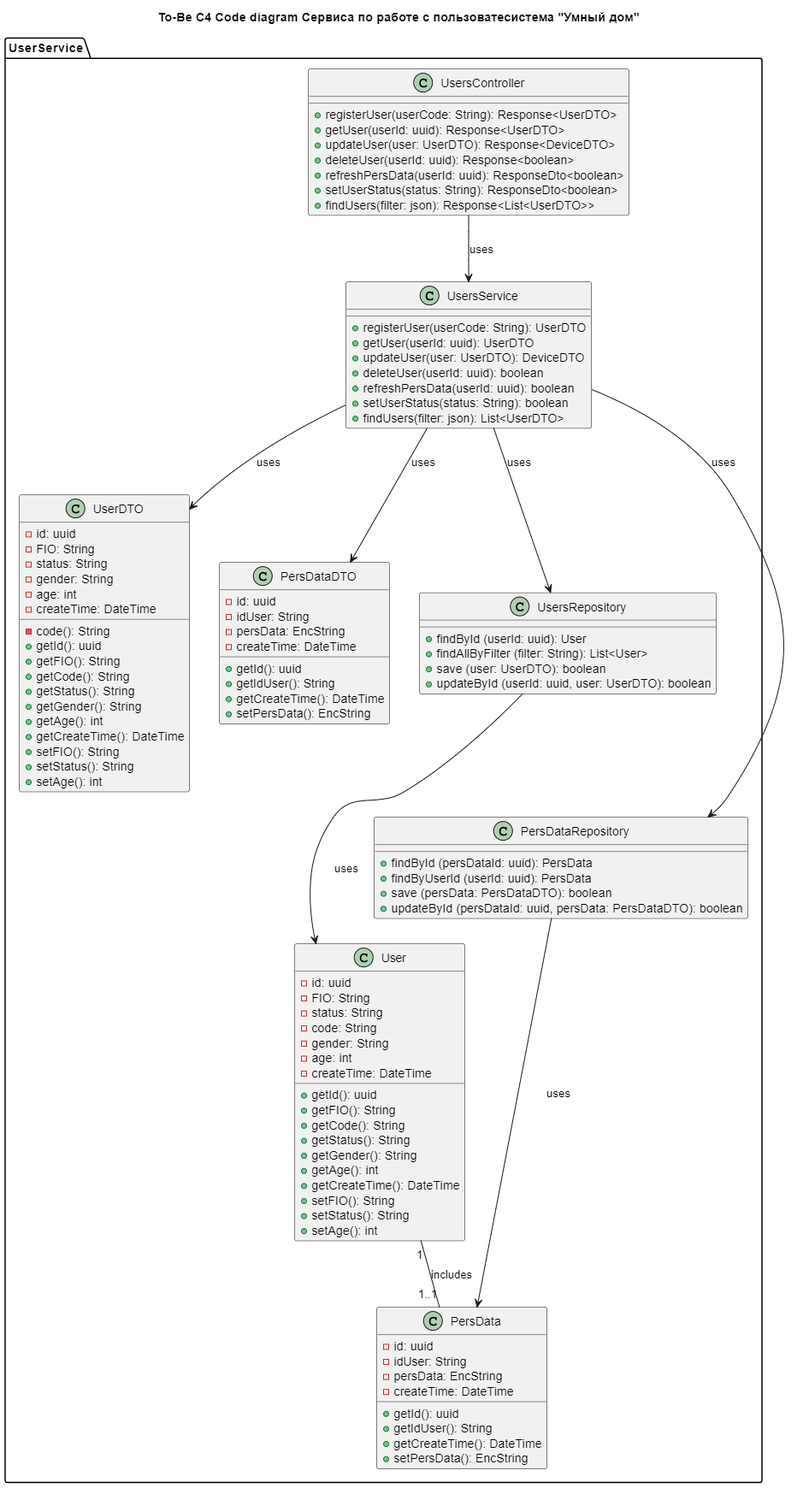
Above: diagrams/code/ex2_part3_code.png in va-kolle-jet/architecture-sprint-3 (PlantUML), before the change. Its source is kept beside it as diagrams/code/ex2_part3_code.puml. Its diagram source:
```plantuml
@startuml C4_Code_Smart_House_ex2

title To-Be С4 Code diagram Сервиса по работе с пользовательскими данными системы "Умный дом"

package "UserService" {
  class User {
    - id: uuid
    - FIO: String
    - status: String
    - code: String
    - gender: String
    - age: int
    - createTime: DateTime
    + getId(): uuid
    + getFIO(): String
    + getCode(): String
    + getStatus(): String
    + getGender(): String
    + getAge(): int
    + getCreateTime(): DateTime
    + setFIO(): String
    + setStatus(): String
    + setAge(): int
  }

  class UserDTO {
    - id: uuid
    - FIO: String
    - code(): String
    - status: String
    - gender: String
    - age: int
    - createTime: DateTime
    + getId(): uuid
    + getFIO(): String
    + getCode(): String
    + getStatus(): String
    + getGender(): String
    + getAge(): int
    + getCreateTime(): DateTime
    + setFIO(): String
    + setStatus(): String
    + setAge(): int
  }

  class PersData {
    - id: uuid
    - idUser: String
    - persData: EncString
    - createTime: DateTime
    + getId(): uuid
    + getIdUser(): String
    + getCreateTime(): DateTime
    + setPersData(): EncString
  }

  class PersDataDTO {
    - id: uuid
    - idUser: String
    - persData: EncString
    - createTime: DateTime
    + getId(): uuid
    + getIdUser(): String
    + getCreateTime(): DateTime
    + setPersData(): EncString
  }

  class UsersController {
    + registerUser(userCode: String): Response<UserDTO>
    + getUser(userId: uuid): Response<UserDTO>
    + updateUser(user: UserDTO): Response<DeviceDTO>
    + deleteUser(userId: uuid): Response<boolean>
    + refreshPersData(userId: uuid): ResponseDto<boolean>
    + setUserStatus(status: String): ResponseDto<boolean>
    + findUsers(filter: json): Response<List<UserDTO>>
  }

  class UsersService {
    + registerUser(userCode: String): UserDTO
    + getUser(userId: uuid): UserDTO
    + updateUser(user: UserDTO): DeviceDTO
    + deleteUser(userId: uuid): boolean
    + refreshPersData(userId: uuid): boolean
    + setUserStatus(status: String): boolean
    + findUsers(filter: json): List<UserDTO>
  }

  class UsersRepository {
    + findById (userId: uuid): User
    + findAllByFilter (filter: String): List<User>
    + save (user: UserDTO): boolean
    + updateById (userId: uuid, user: UserDTO): boolean
  }

  class PersDataRepository {
    + findById (persDataId: uuid): PersData
    + findByUserId (userId: uuid): PersData
    + save (persData: PersDataDTO): boolean
    + updateById (persDataId: uuid, persData: PersDataDTO): boolean
  }

  User "1" -- "1..1" PersData : includes
  PersDataRepository --> PersData : uses
  UsersRepository --> User : uses
  UsersService --> UsersRepository : uses
  UsersService --> PersDataRepository : uses
  UsersService --> PersDataDTO : uses
  UsersService --> UserDTO : uses
  UsersController --> UsersService : uses
}


@enduml
```
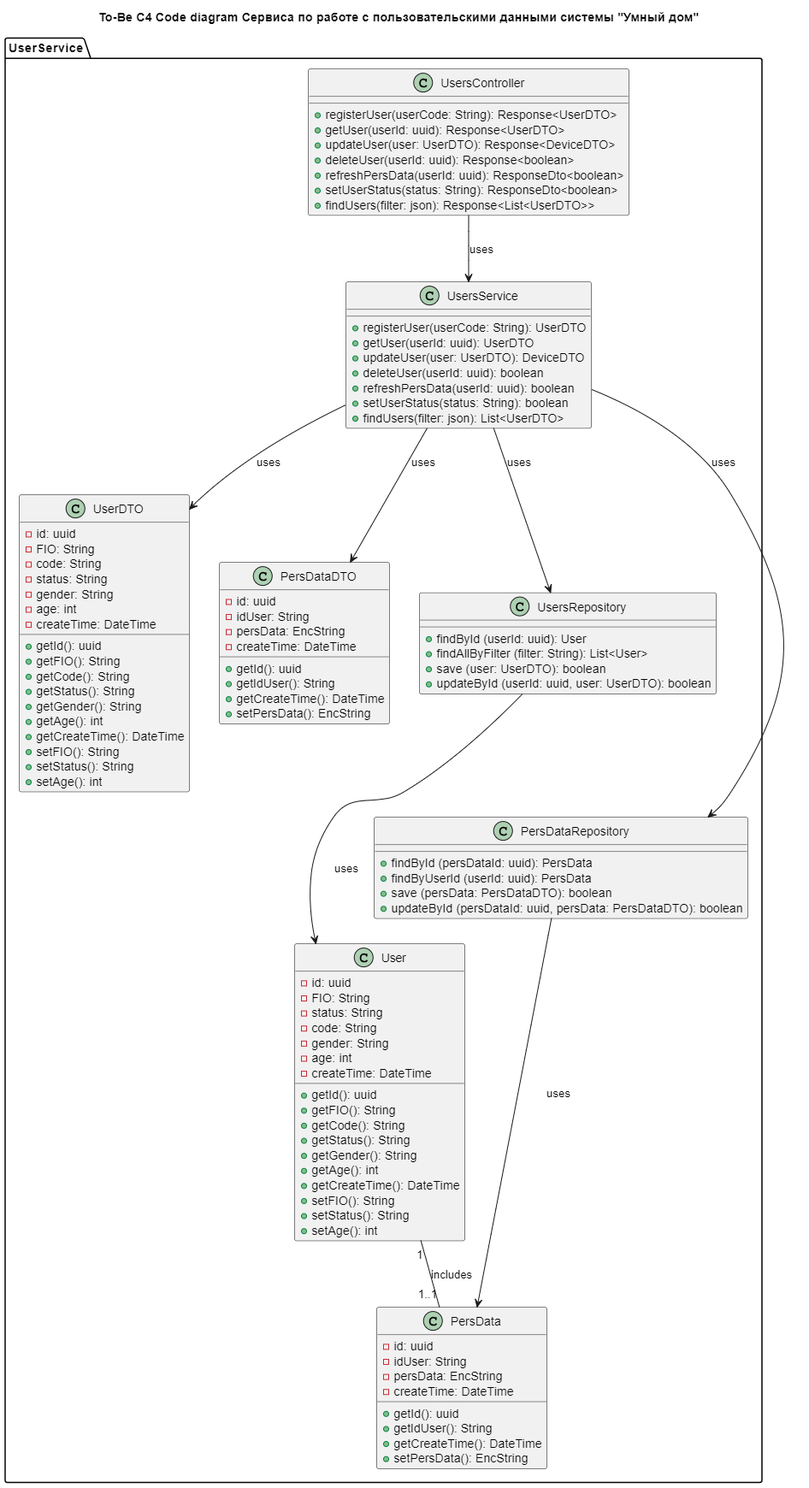
After the change.

What changed in the source:
```diff
@@ -26,7 +26,7 @@
   class UserDTO {
     - id: uuid
     - FIO: String
-    - code(): String
+    - code: String
     - status: String
     - gender: String
     - age: int
```
